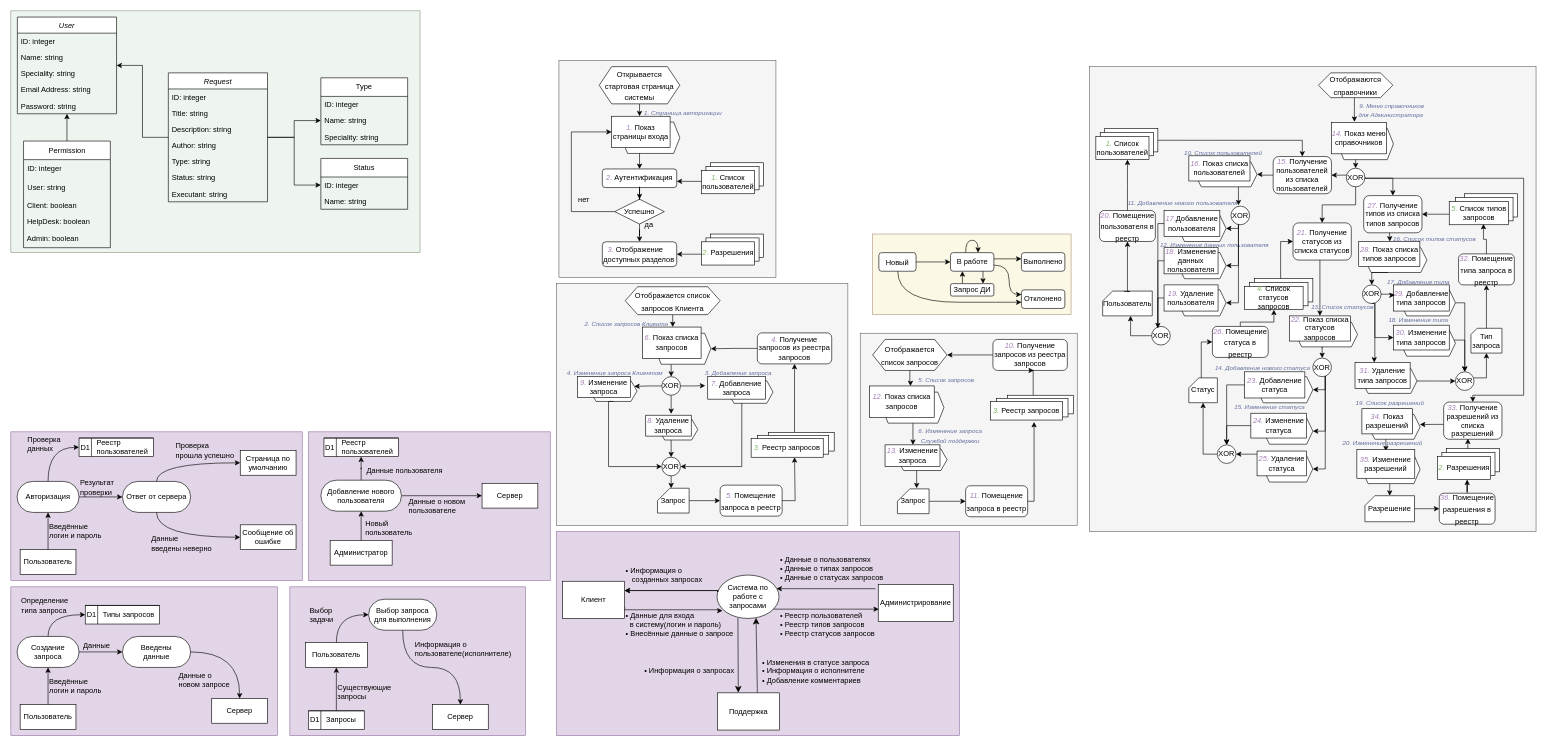
Earlier version of the draw.io diagram Диаграмма без названия.drawio (Fuamau/BlogProvider). Source tidied: cells renumbered, new cells numbered last; positions are measured from the earlier drawing's top-left corner, leaving out a move shared by most shapes. Both pictures are drawn from the tidied source at 62%, with x=0, y=0 at pixel (11, 11).
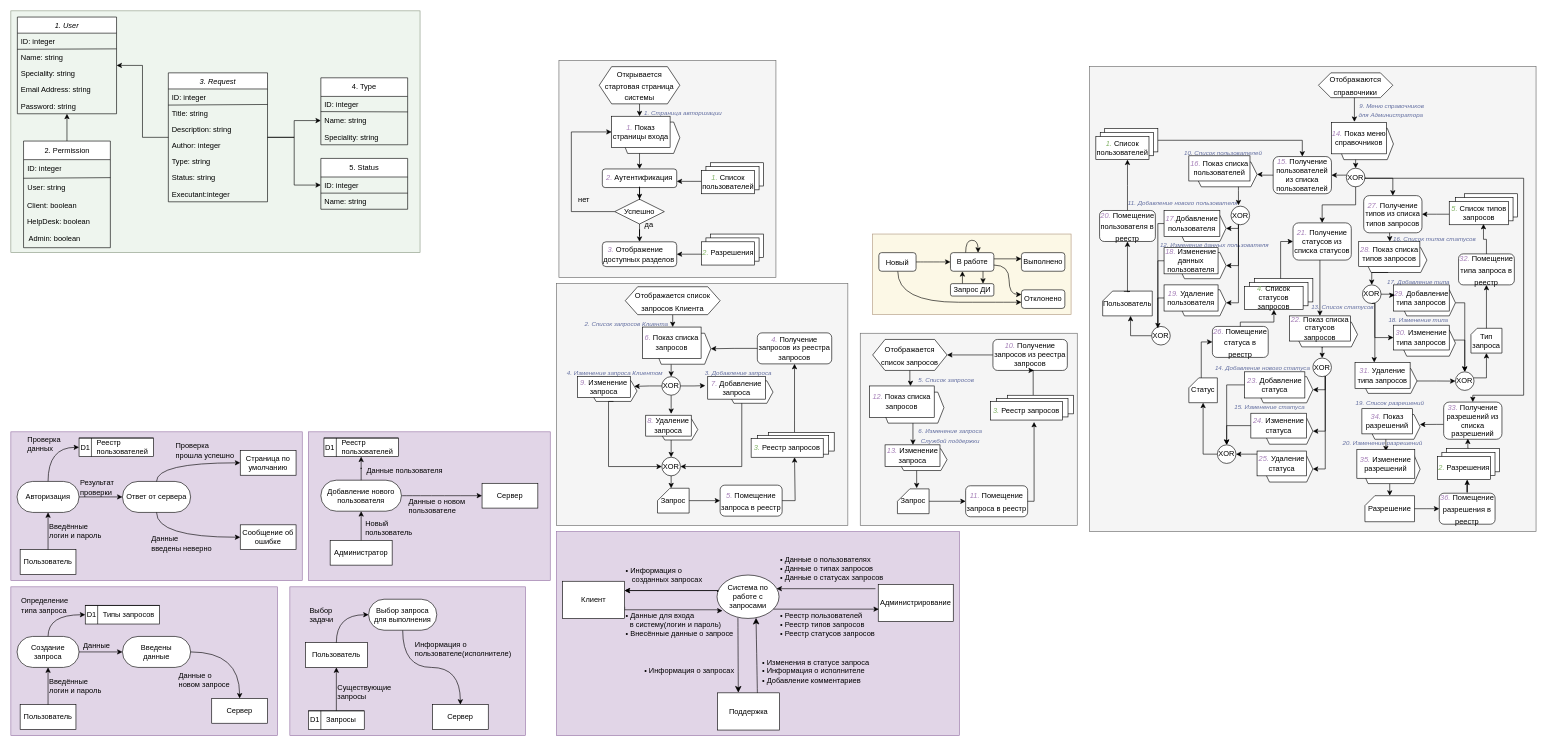
The same diagram, later.

The change refers to these unchanged cells:
```xml
<mxCell id="96" style="group;" parent="1" vertex="1">
  <mxGeometry width="660" height="390" as="geometry" />
</mxCell>
<mxCell id="99" value="ID: integer" style="text;align=left;verticalAlign=top;spacingLeft=4;spacingRight=4;overflow=hidden;points=[[0,0.5],[1,0.5]];portConstraint=eastwest;rounded=0;shadow=0;html=0;" parent="98" vertex="1">
  <mxGeometry y="26" width="160" height="26" as="geometry" />
</mxCell>
```

What changed in the source:
```diff
@@
-    <mxCell id="98" value="User" style="swimlane;fontStyle=2;align=center;verticalAlign=top;horizontal=1;startSize=26;rounded=0;shadow=0;strokeWidth=1;" parent="96" vertex="1">
+    <mxCell id="98" value="1. User" style="swimlane;fontStyle=2;align=center;verticalAlign=top;horizontal=1;startSize=26;rounded=0;shadow=0;strokeWidth=1;" parent="96" vertex="1">
       <mxGeometry x="10.5" y="10" width="160" height="156" as="geometry" />
     </mxCell>
@@
+    <mxCell id="348" style="endArrow=none;html=1;rounded=0;entryX=0.999;entryY=0.974;entryDx=0;entryDy=0;entryPerimeter=0;" parent="98" edge="1" target="99">
+      <mxGeometry relative="1" as="geometry">
+        <mxPoint y="52" as="sourcePoint" />
+      </mxGeometry>
+    </mxCell>
@@
-    <mxCell id="105" value="Request" style="swimlane;fontStyle=2;align=center;verticalAlign=top;horizontal=1;startSize=26;rounded=0;shadow=0;strokeWidth=1;fillColor=#FFFFFF;labelBackgroundColor=none;" parent="96" vertex="1">
+    <mxCell id="105" value="3. Request" style="swimlane;fontStyle=2;align=center;verticalAlign=top;horizontal=1;startSize=26;rounded=0;shadow=0;strokeWidth=1;fillColor=#FFFFFF;labelBackgroundColor=none;" parent="96" vertex="1">
       <mxGeometry x="254" y="100" width="160" height="208" as="geometry" />
     </mxCell>
@@
+    <mxCell id="349" style="endArrow=none;html=1;rounded=0;entryX=0.999;entryY=0.974;entryDx=0;entryDy=0;entryPerimeter=0;" parent="105" edge="1">
+      <mxGeometry relative="1" as="geometry">
+        <mxPoint y="52" as="sourcePoint" />
+        <mxPoint x="160" y="51" as="targetPoint" />
+      </mxGeometry>
+    </mxCell>
@@
-    <mxCell id="109" value="Author: string" style="text;align=left;verticalAlign=top;spacingLeft=4;spacingRight=4;overflow=hidden;" parent="105" vertex="1">
+    <mxCell id="109" value="Author: integer" style="text;align=left;verticalAlign=top;spacingLeft=4;spacingRight=4;overflow=hidden;" parent="105" vertex="1">
       <mxGeometry y="104" width="160" height="26" as="geometry" />
     </mxCell>
@@
-    <mxCell id="112" value="Executant: string" style="text;align=left;verticalAlign=top;spacingLeft=4;spacingRight=4;overflow=hidden;" parent="105" vertex="1">
+    <mxCell id="112" value="Executant:integer" style="text;align=left;verticalAlign=top;spacingLeft=4;spacingRight=4;overflow=hidden;" parent="105" vertex="1">
       <mxGeometry y="182" width="160" height="26" as="geometry" />
     </mxCell>
-    <mxCell id="113" value="Type" style="swimlane;fontStyle=0;horizontal=1;startSize=30;whiteSpace=wrap;html=1;" parent="96" vertex="1">
+    <mxCell id="113" value="4. Type" style="swimlane;fontStyle=0;horizontal=1;startSize=30;whiteSpace=wrap;html=1;" parent="96" vertex="1">
       <mxGeometry x="500" y="108" width="140" height="108" as="geometry" />
     </mxCell>
@@
+    <mxCell id="350" style="endArrow=none;html=1;rounded=0;" parent="113" edge="1">
+      <mxGeometry relative="1" as="geometry">
+        <mxPoint y="54.5" as="sourcePoint" />
+        <mxPoint x="140" y="55" as="targetPoint" />
+      </mxGeometry>
+    </mxCell>
@@
-    <mxCell id="118" value="Status" style="swimlane;fontStyle=0;horizontal=1;startSize=30;whiteSpace=wrap;html=1;" parent="96" vertex="1">
+    <mxCell id="118" value="5. Status" style="swimlane;fontStyle=0;horizontal=1;startSize=30;whiteSpace=wrap;html=1;" parent="96" vertex="1">
       <mxGeometry x="500" y="238" width="140" height="82" as="geometry" />
     </mxCell>
@@
+    <mxCell id="351" style="endArrow=none;html=1;rounded=0;entryX=0.999;entryY=0.974;entryDx=0;entryDy=0;entryPerimeter=0;" parent="118" edge="1">
+      <mxGeometry relative="1" as="geometry">
+        <mxPoint y="56" as="sourcePoint" />
+        <mxPoint x="140" y="56" as="targetPoint" />
+      </mxGeometry>
+    </mxCell>
@@
-    <mxCell id="123" value="Permission" style="swimlane;fontStyle=0;horizontal=1;startSize=30;whiteSpace=wrap;html=1;" parent="96" vertex="1">
+    <mxCell id="123" value="2. Permission" style="swimlane;fontStyle=0;horizontal=1;startSize=30;whiteSpace=wrap;html=1;" parent="96" vertex="1">
       <mxGeometry x="20.5" y="210" width="140" height="172" as="geometry" />
     </mxCell>
@@
+    <mxCell id="352" style="endArrow=none;html=1;rounded=0;entryX=0.999;entryY=0.974;entryDx=0;entryDy=0;entryPerimeter=0;" parent="123" edge="1">
+      <mxGeometry relative="1" as="geometry">
+        <mxPoint y="60" as="sourcePoint" />
+        <mxPoint x="140" y="59" as="targetPoint" />
+      </mxGeometry>
+    </mxCell>
@@
-    <mxCell id="128" value="&amp;nbsp;Admin: boolean" style="text;html=1;align=left;verticalAlign=middle;strokeColor=none;fillColor=none;" parent="123" vertex="1">
+    <mxCell id="128" value="&amp;nbsp; Admin: boolean" style="text;html=1;align=left;verticalAlign=middle;strokeColor=none;fillColor=none;" parent="123" vertex="1">
       <mxGeometry y="142" width="140" height="30" as="geometry" />
     </mxCell>
```
